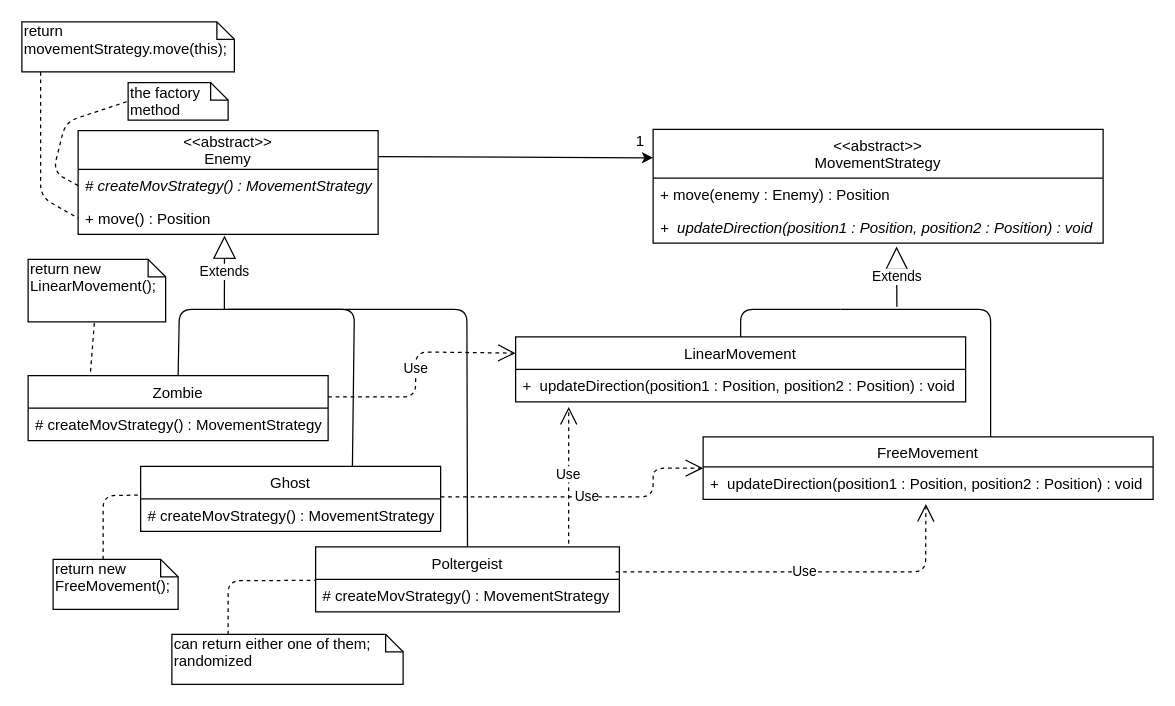
The draw.io diagram docs/diagrams/UML_FacMethod&Strategy_1/UML_FacMethod&Strategy_1.drawio in DiogoF17/LPOO_18-19, before the edit. Source tidied: cells renumbered, new cells numbered last; positions are measured from the earlier drawing's top-left corner, leaving out a move shared by most shapes. Both pictures are drawn from the tidied source at 125%, with x=0, y=0 at pixel (21, 21).
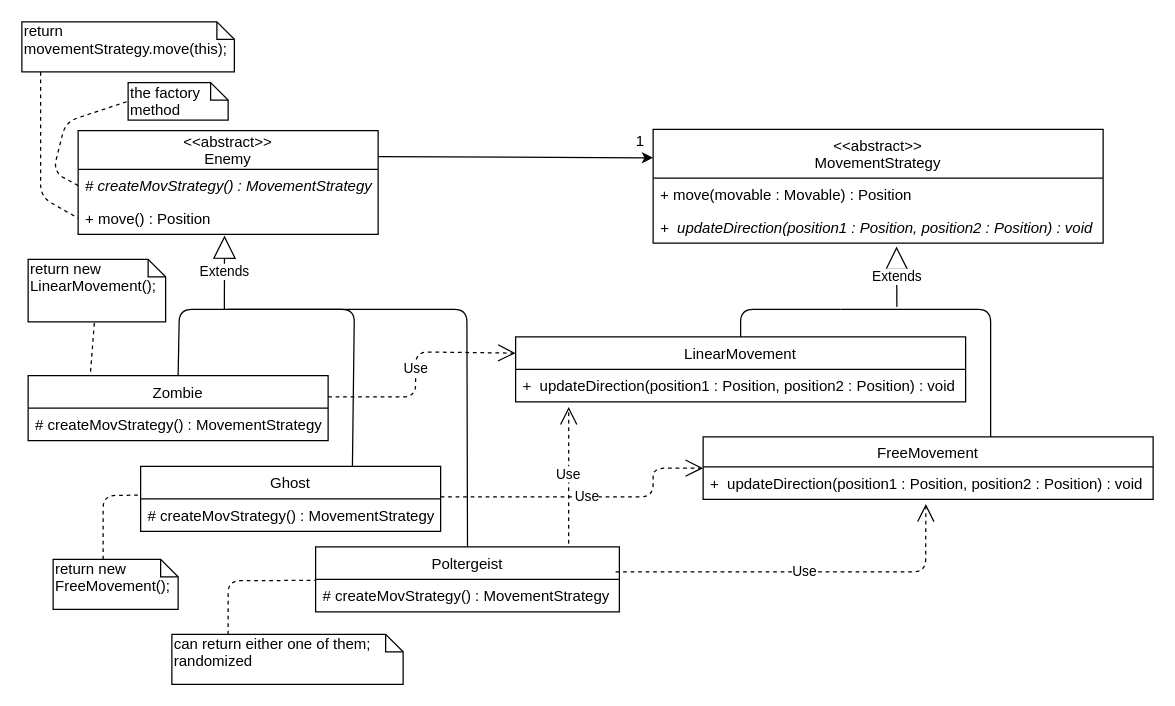
After the change.

Unchanged cells that the change refers to:
```xml
<mxCell id="35" value="&#10;&#10;&lt;&lt;abstract&gt;&gt;&#10;MovementStrategy&#10;&#10;" style="swimlane;fontStyle=0;horizontal=1;startSize=39;fillColor=none;" parent="1" vertex="1">
  <mxGeometry x="505" y="86" width="360" height="91" as="geometry" />
</mxCell>
```

What changed in the source:
```diff
@@
-    <mxCell id="36" value="+ move(enemy : Enemy) : Position " style="text;strokeColor=none;fillColor=none;align=left;verticalAlign=top;spacingLeft=4;spacingRight=4;overflow=hidden;" parent="35" vertex="1">
+    <mxCell id="36" value="+ move(movable : Movable) : Position " style="text;strokeColor=none;fillColor=none;align=left;verticalAlign=top;spacingLeft=4;spacingRight=4;overflow=hidden;" parent="35" vertex="1">
       <mxGeometry y="39" width="360" height="26" as="geometry" />
     </mxCell>
```
